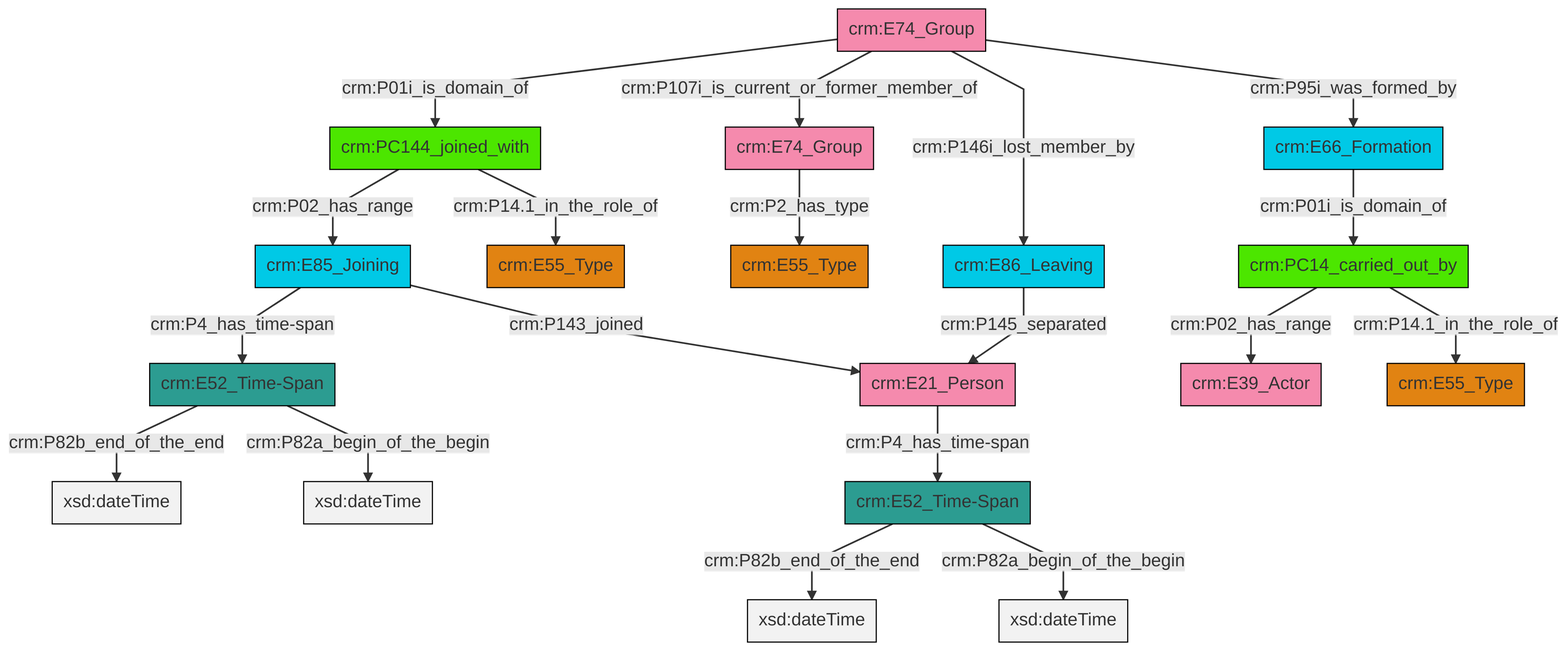
The Mermaid diagram et/groupCSV/ttl/mmd/png/group_actor_relations.png in swiss-art-research-net/reference-data-models, before a commit. Its source is kept beside it as et/groupCSV/ttl/mmd/group_actor_relations.ttl.mmd.
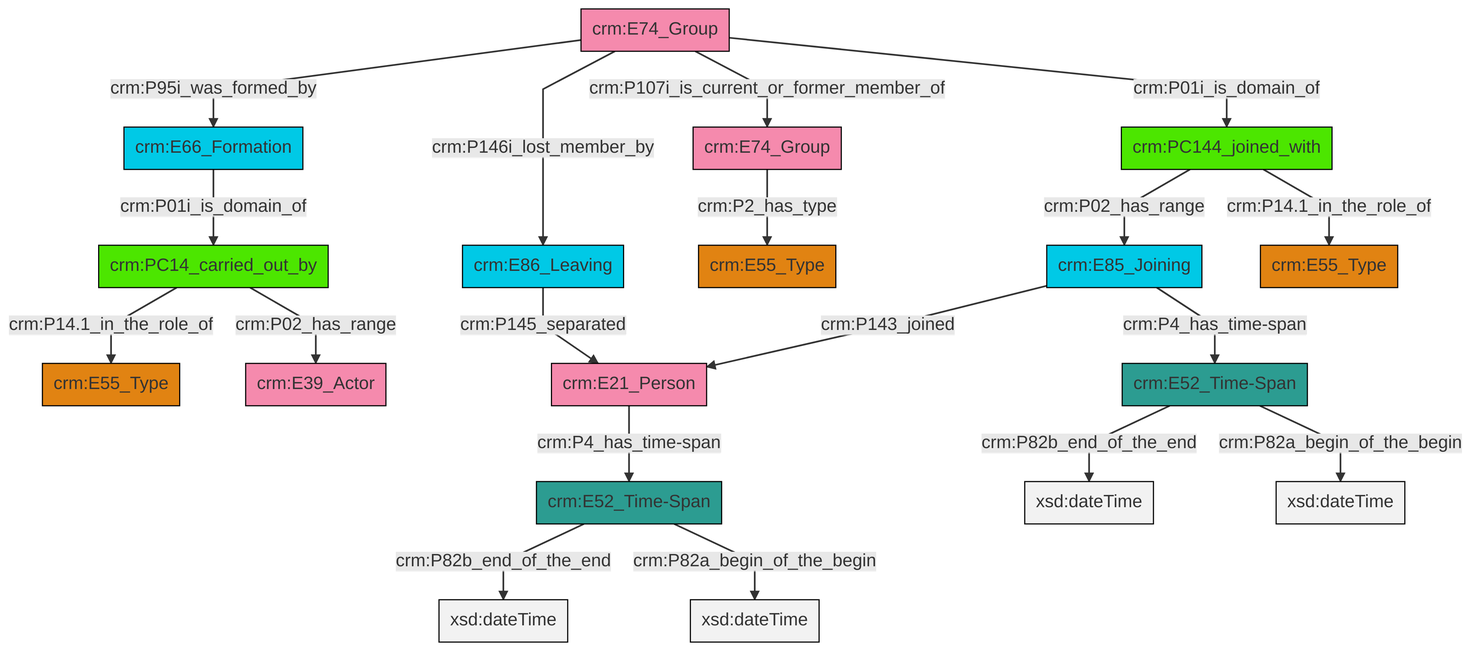
Later version of the same file.

What changed in the source:
```diff
@@ -13,21 +13,21 @@
 classDef PC_Classes fill:#4ce600, stroke:#000000;
 classDef Multi fill:#cccccc,stroke:#000000;
 
-2["crm:E66_Formation"]:::Temporal_Entity -->|crm:P01i_is_domain_of| 3["crm:PC14_carried_out_by"]:::PC_Classes
-8["crm:PC144_joined_with"]:::PC_Classes -->|crm:P02_has_range| 9["crm:E85_Joining"]:::Temporal_Entity
-9["crm:E85_Joining"]:::Temporal_Entity -->|crm:P4_has_time-span| 10["crm:E52_Time-Span"]:::Time-Span
+0["crm:PC14_carried_out_by"]:::PC_Classes -->|crm:P14.1_in_the_role_of| 1["crm:E55_Type"]:::Type
+4["crm:E74_Group"]:::Actor -->|crm:P95i_was_formed_by| 5["crm:E66_Formation"]:::Temporal_Entity
+4["crm:E74_Group"]:::Actor -->|crm:P146i_lost_member_by| 6["crm:E86_Leaving"]:::Temporal_Entity
+0["crm:PC14_carried_out_by"]:::PC_Classes -->|crm:P02_has_range| 9["crm:E39_Actor"]:::Actor
 10["crm:E52_Time-Span"]:::Time-Span -->|crm:P82b_end_of_the_end| 11[xsd:dateTime]:::Literal
-13["crm:E74_Group"]:::Actor -->|crm:P01i_is_domain_of| 8["crm:PC144_joined_with"]:::PC_Classes
-14["crm:E52_Time-Span"]:::Time-Span -->|crm:P82b_end_of_the_end| 15[xsd:dateTime]:::Literal
-0["crm:E74_Group"]:::Actor -->|crm:P2_has_type| 6["crm:E55_Type"]:::Type
-16["crm:E86_Leaving"]:::Temporal_Entity -->|crm:P145_separated| 4["crm:E21_Person"]:::Actor
-13["crm:E74_Group"]:::Actor -->|crm:P107i_is_current_or_former_member_of| 0["crm:E74_Group"]:::Actor
-13["crm:E74_Group"]:::Actor -->|crm:P146i_lost_member_by| 16["crm:E86_Leaving"]:::Temporal_Entity
-13["crm:E74_Group"]:::Actor -->|crm:P95i_was_formed_by| 2["crm:E66_Formation"]:::Temporal_Entity
-3["crm:PC14_carried_out_by"]:::PC_Classes -->|crm:P02_has_range| 22["crm:E39_Actor"]:::Actor
+6["crm:E86_Leaving"]:::Temporal_Entity -->|crm:P145_separated| 12["crm:E21_Person"]:::Actor
+7["crm:PC144_joined_with"]:::PC_Classes -->|crm:P02_has_range| 16["crm:E85_Joining"]:::Temporal_Entity
+7["crm:PC144_joined_with"]:::PC_Classes -->|crm:P14.1_in_the_role_of| 20["crm:E55_Type"]:::Type
+21["crm:E52_Time-Span"]:::Time-Span -->|crm:P82b_end_of_the_end| 22[xsd:dateTime]:::Literal
+4["crm:E74_Group"]:::Actor -->|crm:P01i_is_domain_of| 7["crm:PC144_joined_with"]:::PC_Classes
+4["crm:E74_Group"]:::Actor -->|crm:P107i_is_current_or_former_member_of| 2["crm:E74_Group"]:::Actor
+5["crm:E66_Formation"]:::Temporal_Entity -->|crm:P01i_is_domain_of| 0["crm:PC14_carried_out_by"]:::PC_Classes
+16["crm:E85_Joining"]:::Temporal_Entity -->|crm:P143_joined| 12["crm:E21_Person"]:::Actor
+2["crm:E74_Group"]:::Actor -->|crm:P2_has_type| 13["crm:E55_Type"]:::Type
+21["crm:E52_Time-Span"]:::Time-Span -->|crm:P82a_begin_of_the_begin| 31[xsd:dateTime]:::Literal
 10["crm:E52_Time-Span"]:::Time-Span -->|crm:P82a_begin_of_the_begin| 33[xsd:dateTime]:::Literal
-14["crm:E52_Time-Span"]:::Time-Span -->|crm:P82a_begin_of_the_begin| 34[xsd:dateTime]:::Literal
-9["crm:E85_Joining"]:::Temporal_Entity -->|crm:P143_joined| 4["crm:E21_Person"]:::Actor
-4["crm:E21_Person"]:::Actor -->|crm:P4_has_time-span| 14["crm:E52_Time-Span"]:::Time-Span
-3["crm:PC14_carried_out_by"]:::PC_Classes -->|crm:P14.1_in_the_role_of| 19["crm:E55_Type"]:::Type
-8["crm:PC144_joined_with"]:::PC_Classes -->|crm:P14.1_in_the_role_of| 24["crm:E55_Type"]:::Type
+16["crm:E85_Joining"]:::Temporal_Entity -->|crm:P4_has_time-span| 21["crm:E52_Time-Span"]:::Time-Span
+12["crm:E21_Person"]:::Actor -->|crm:P4_has_time-span| 10["crm:E52_Time-Span"]:::Time-Span
```
